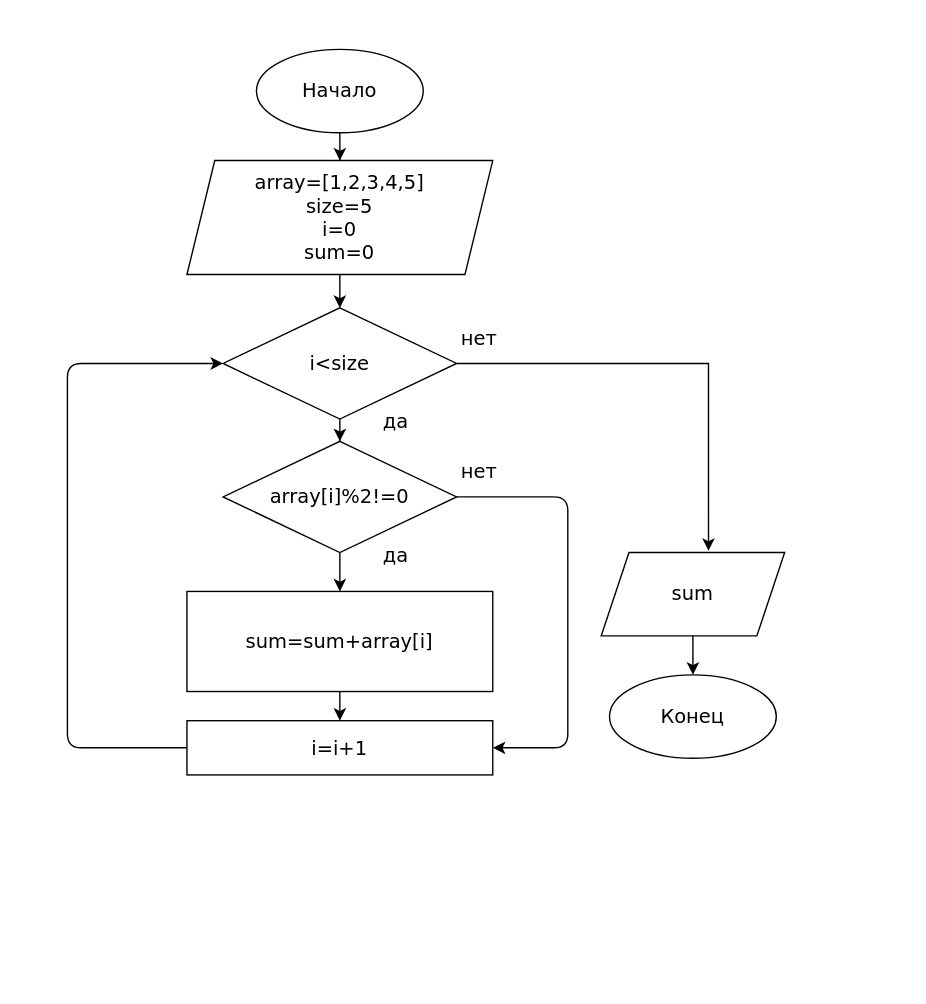
This is special-pancake/Algorithm diagram.drawio from GeorgeTra/friendly-octo-barnacle, a draw.io file, before an edit. Source tidied: cells renumbered, new cells numbered last; positions are measured from the earlier drawing's top-left corner, leaving out a move shared by most shapes. Both pictures are drawn from the tidied source at 139%, with x=0, y=0 at pixel (67, 49).
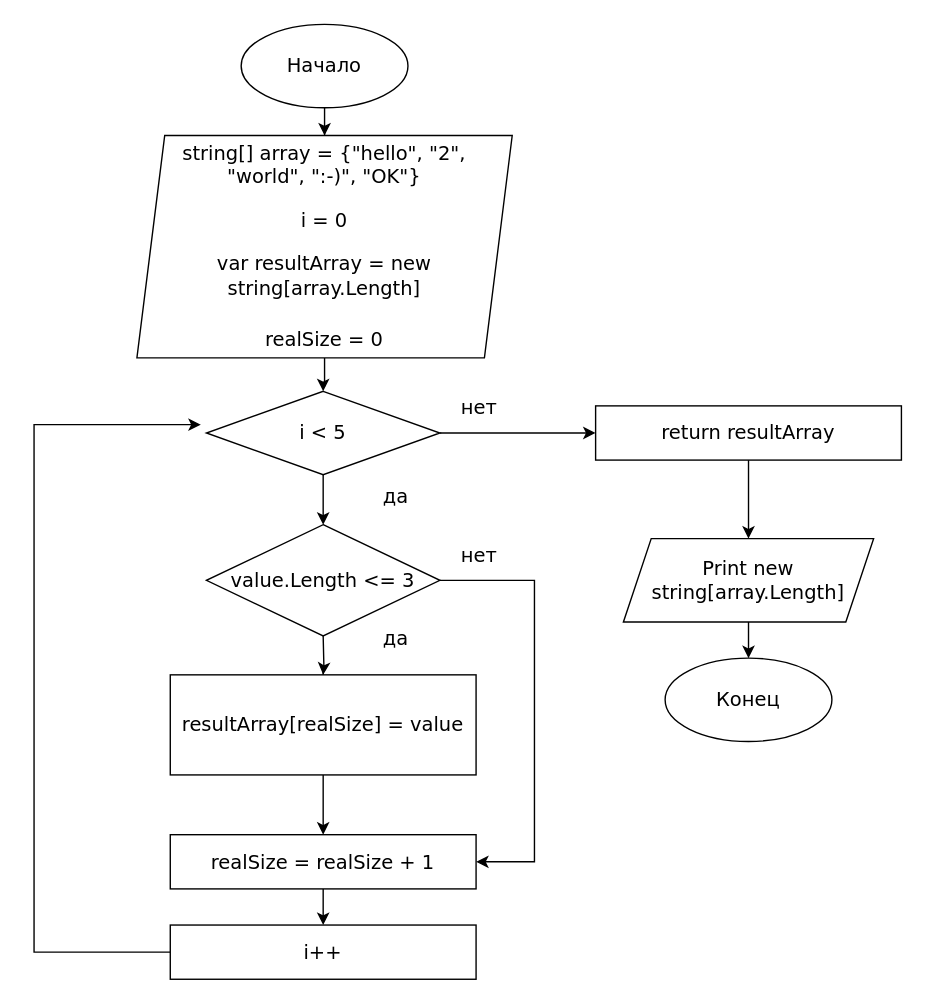
The same diagram, later.

Commit message (it also covers changes not shown here):
Algorithm diagram added

The edit, as a diff of the source:
```diff
@@
     <mxCell id="3" value="&lt;font face=&quot;Verdana&quot; style=&quot;font-size: 14px&quot;&gt;Начало&lt;/font&gt;" style="ellipse;whiteSpace=wrap;html=1;" parent="1" vertex="1">
-      <mxGeometry x="136" width="120" height="60" as="geometry" />
+      <mxGeometry x="125" y="-18" width="120" height="60" as="geometry" />
     </mxCell>
-    <mxCell id="4" style="edgeStyle=orthogonalEdgeStyle;rounded=0;jettySize=auto;html=1;fontFamily=Verdana;fontSize=14;" parent="1" edge="1" source="5" target="8">
-      <mxGeometry relative="1" as="geometry" />
-    </mxCell>
+    <mxCell id="23" style="edgeStyle=orthogonalEdgeStyle;rounded=0;jettySize=auto;html=1;fontFamily=Verdana;fontSize=14;" parent="1" edge="1" source="5" target="30">
+      <mxGeometry relative="1" as="geometry" />
+    </mxCell>
-    <mxCell id="5" value="&lt;font face=&quot;Verdana&quot; style=&quot;font-size: 14px&quot;&gt;array=[1,2,3,4,5]&lt;br&gt;size=5&lt;br&gt;i=0&lt;br&gt;sum=0&lt;/font&gt;" style="shape=parallelogram;perimeter=parallelogramPerimeter;whiteSpace=wrap;html=1;fixedSize=1;" parent="1" vertex="1">
-      <mxGeometry x="86" y="80" width="220" height="82" as="geometry" />
+    <mxCell id="5" value="&lt;p class=&quot;MsoNormal&quot; style=&quot;font-size: 14px ; line-height: 1.2&quot;&gt;&lt;font face=&quot;Verdana&quot; style=&quot;font-size: 14px&quot;&gt;string[] array = {&quot;hello&quot;, &quot;2&quot;,&lt;br&gt;&quot;world&quot;, &quot;:-)&quot;, &quot;OK&quot;}&lt;/font&gt;&lt;/p&gt;&lt;p class=&quot;MsoNormal&quot; style=&quot;font-size: 14px ; line-height: 1.2&quot;&gt;&lt;span style=&quot;font-family: &amp;#34;verdana&amp;#34;&quot;&gt;i = 0&lt;/span&gt;&lt;font face=&quot;Verdana&quot; style=&quot;font-size: 14px&quot;&gt;&lt;br&gt;&lt;/font&gt;&lt;/p&gt;&lt;font face=&quot;Verdana&quot; style=&quot;font-size: 14px&quot;&gt;var resultArray = new string[array.Length]&lt;/font&gt;&lt;span style=&quot;font-family: &amp;#34;times new roman&amp;#34; , serif ; font-size: 16px&quot;&gt;&lt;br&gt;&lt;/span&gt;&lt;font&gt;&lt;font face=&quot;Times New Roman, serif&quot;&gt;&lt;span style=&quot;font-size: 16px&quot;&gt;&lt;br&gt;&lt;/span&gt;&lt;/font&gt;&lt;font face=&quot;Verdana&quot;&gt;&lt;span style=&quot;font-size: 14px&quot;&gt;realSize = 0&lt;br&gt;&lt;/span&gt;&lt;/font&gt;&lt;br&gt;&lt;/font&gt;" style="shape=parallelogram;perimeter=parallelogramPerimeter;whiteSpace=wrap;html=1;fixedSize=1;" parent="1" vertex="1">
+      <mxGeometry x="50" y="62" width="270" height="160" as="geometry" />
     </mxCell>
-    <mxCell id="6" style="edgeStyle=orthogonalEdgeStyle;rounded=0;jettySize=auto;html=1;fontFamily=Verdana;fontSize=14;" parent="1" edge="1" source="8" target="11">
-      <mxGeometry relative="1" as="geometry" />
+    <mxCell id="6" style="edgeStyle=orthogonalEdgeStyle;rounded=0;orthogonalLoop=1;jettySize=auto;html=1;fontFamily=Verdana;fontSize=14;" parent="1" edge="1">
+      <mxGeometry relative="1" as="geometry">
+        <mxPoint x="184" y="448" as="sourcePoint" />
+        <mxPoint x="184" y="464" as="targetPoint" />
+      </mxGeometry>
     </mxCell>
-    <mxCell id="7" style="edgeStyle=orthogonalEdgeStyle;rounded=0;jettySize=auto;html=1;entryX=0.585;entryY=-0.02;entryDx=0;entryDy=0;entryPerimeter=0;fontFamily=Verdana;fontSize=14;" parent="1" edge="1" source="8" target="13">
-      <mxGeometry relative="1" as="geometry">
-        <Array as="points">
-          <mxPoint x="461" y="226" />
-        </Array>
-      </mxGeometry>
-    </mxCell>
+    <mxCell id="24" style="edgeStyle=orthogonalEdgeStyle;rounded=0;jettySize=auto;html=1;fontFamily=Verdana;fontSize=14;" parent="1" edge="1" target="17">
+      <mxGeometry relative="1" as="geometry">
+        <mxPoint x="184" y="422" as="sourcePoint" />
+      </mxGeometry>
+    </mxCell>
+    <mxCell id="25" style="edgeStyle=orthogonalEdgeStyle;rounded=0;jettySize=auto;html=1;entryX=1;entryY=0.5;entryDx=0;entryDy=0;fontFamily=Verdana;fontSize=14;" parent="1" edge="1" target="19">
+      <mxGeometry relative="1" as="geometry">
+        <mxPoint x="268" y="382" as="sourcePoint" />
+        <Array as="points">
+          <mxPoint x="336" y="382" />
+          <mxPoint x="336" y="585" />
+        </Array>
+      </mxGeometry>
+    </mxCell>
-    <mxCell id="8" value="&lt;font face=&quot;Verdana&quot; style=&quot;font-size: 14px&quot;&gt;i&amp;lt;size&lt;/font&gt;" style="rhombus;whiteSpace=wrap;html=1;" parent="1" vertex="1">
-      <mxGeometry x="112" y="186" width="168" height="80" as="geometry" />
+    <mxCell id="8" value="&lt;font face=&quot;Verdana&quot; style=&quot;font-size: 14px&quot;&gt;value.Length &amp;lt;= 3&lt;/font&gt;" style="rhombus;whiteSpace=wrap;html=1;" parent="1" vertex="1">
+      <mxGeometry x="100" y="342" width="168" height="80" as="geometry" />
     </mxCell>
-    <mxCell id="9" style="edgeStyle=orthogonalEdgeStyle;curved=0;rounded=1;sketch=0;jettySize=auto;html=1;" parent="1" edge="1" source="11" target="17">
-      <mxGeometry relative="1" as="geometry" />
-    </mxCell>
-    <mxCell id="10" style="edgeStyle=orthogonalEdgeStyle;curved=0;rounded=1;sketch=0;jettySize=auto;html=1;entryX=1;entryY=0.5;entryDx=0;entryDy=0;" parent="1" edge="1" source="11" target="19">
-      <mxGeometry relative="1" as="geometry">
-        <Array as="points">
-          <mxPoint x="360" y="322" />
-          <mxPoint x="360" y="503" />
-        </Array>
-      </mxGeometry>
-    </mxCell>
-    <mxCell id="11" value="&lt;span style=&quot;font-family: &amp;#34;verdana&amp;#34; ; font-size: 14px&quot;&gt;array[i]%&lt;/span&gt;&lt;font face=&quot;Verdana&quot; style=&quot;font-size: 14px&quot;&gt;2!=0&lt;br&gt;&lt;/font&gt;" style="rhombus;whiteSpace=wrap;html=1;" parent="1" vertex="1">
-      <mxGeometry x="112" y="282" width="168" height="80" as="geometry" />
-    </mxCell>
@@
-    <mxCell id="13" value="&lt;font face=&quot;Verdana&quot;&gt;&lt;span style=&quot;font-size: 14px&quot;&gt;sum&lt;/span&gt;&lt;/font&gt;" style="shape=parallelogram;perimeter=parallelogramPerimeter;whiteSpace=wrap;html=1;fixedSize=1;" parent="1" vertex="1">
-      <mxGeometry x="384" y="362" width="132" height="60" as="geometry" />
+    <mxCell id="13" value="&lt;font face=&quot;Verdana&quot;&gt;&lt;span style=&quot;font-size: 14px&quot;&gt;Print&amp;nbsp;&lt;/span&gt;&lt;/font&gt;&lt;span style=&quot;font-family: &amp;#34;verdana&amp;#34; ; font-size: 14px&quot;&gt;new string[array.Length]&lt;/span&gt;" style="shape=parallelogram;perimeter=parallelogramPerimeter;whiteSpace=wrap;html=1;fixedSize=1;" parent="1" vertex="1">
+      <mxGeometry x="400" y="352" width="180" height="60" as="geometry" />
     </mxCell>
-    <mxCell id="14" value="нет" style="text;html=1;align=center;verticalAlign=middle;strokeColor=none;fillColor=none;fontSize=14;fontFamily=Verdana;" parent="1" vertex="1">
-      <mxGeometry x="272" y="196" width="48" height="24" as="geometry" />
-    </mxCell>
-    <mxCell id="15" value="да" style="text;html=1;align=center;verticalAlign=middle;strokeColor=none;fillColor=none;fontSize=14;fontFamily=Verdana;" parent="1" vertex="1">
-      <mxGeometry x="218" y="256" width="36" height="24" as="geometry" />
-    </mxCell>
-    <mxCell id="16" style="edgeStyle=orthogonalEdgeStyle;curved=0;rounded=1;sketch=0;jettySize=auto;html=1;" parent="1" edge="1" source="17" target="19">
+    <mxCell id="16" style="edgeStyle=orthogonalEdgeStyle;rounded=0;jettySize=auto;html=1;fontFamily=Verdana;fontSize=14;" parent="1" edge="1" source="17" target="19">
       <mxGeometry relative="1" as="geometry" />
     </mxCell>
-    <mxCell id="17" value="&lt;font style=&quot;font-size: 14px&quot; face=&quot;verdana&quot;&gt;sum&lt;/font&gt;&lt;font face=&quot;Verdana&quot; style=&quot;font-size: 14px&quot;&gt;=sum+array[i]&lt;/font&gt;" style="whiteSpace=wrap;html=1;" parent="1" vertex="1">
-      <mxGeometry x="86" y="390" width="220" height="72" as="geometry" />
+    <mxCell id="17" value="&lt;font face=&quot;Verdana&quot; style=&quot;font-size: 14px&quot;&gt;resultArray[realSize] = value&lt;/font&gt;" style="whiteSpace=wrap;html=1;" parent="1" vertex="1">
+      <mxGeometry x="74" y="450" width="220" height="72" as="geometry" />
     </mxCell>
-    <mxCell id="18" style="edgeStyle=orthogonalEdgeStyle;curved=0;rounded=1;sketch=0;jettySize=auto;html=1;entryX=0;entryY=0.5;entryDx=0;entryDy=0;" parent="1" edge="1" source="19" target="8">
-      <mxGeometry relative="1" as="geometry">
-        <Array as="points">
-          <mxPoint y="503" />
-          <mxPoint y="226" />
-        </Array>
-      </mxGeometry>
-    </mxCell>
+    <mxCell id="26" style="edgeStyle=orthogonalEdgeStyle;rounded=0;jettySize=auto;html=1;fontFamily=Verdana;fontSize=14;" parent="1" edge="1" source="19" target="35">
+      <mxGeometry relative="1" as="geometry" />
+    </mxCell>
-    <mxCell id="19" value="&lt;font face=&quot;Verdana&quot; style=&quot;font-size: 14px&quot;&gt;i=i+1&lt;/font&gt;" style="whiteSpace=wrap;html=1;" parent="1" vertex="1">
-      <mxGeometry x="86" y="483" width="220" height="39" as="geometry" />
+    <mxCell id="19" value="&lt;span style=&quot;font-family: &amp;#34;verdana&amp;#34; ; font-size: 14px&quot;&gt;realSize =&amp;nbsp;&lt;/span&gt;&lt;span style=&quot;font-family: &amp;#34;verdana&amp;#34; ; font-size: 14px&quot;&gt;realSize + 1&lt;/span&gt;" style="whiteSpace=wrap;html=1;" parent="1" vertex="1">
+      <mxGeometry x="74" y="565" width="220" height="39" as="geometry" />
     </mxCell>
-    <mxCell id="20" value="&lt;span style=&quot;font-family: &amp;#34;verdana&amp;#34; ; font-size: 14px&quot;&gt;нет&lt;/span&gt;" style="text;html=1;align=center;verticalAlign=middle;strokeColor=none;fillColor=none;" parent="1" vertex="1">
-      <mxGeometry x="272" y="292" width="48" height="24" as="geometry" />
-    </mxCell>
-    <mxCell id="21" value="&lt;span style=&quot;font-family: &amp;#34;verdana&amp;#34; ; font-size: 14px&quot;&gt;да&lt;/span&gt;" style="text;html=1;align=center;verticalAlign=middle;strokeColor=none;fillColor=none;" parent="1" vertex="1">
-      <mxGeometry x="218" y="352" width="36" height="24" as="geometry" />
-    </mxCell>
     <mxCell id="22" value="&lt;font face=&quot;Verdana&quot; style=&quot;font-size: 14px&quot;&gt;Конец&lt;/font&gt;" style="ellipse;whiteSpace=wrap;html=1;" parent="1" vertex="1">
-      <mxGeometry x="390" y="450" width="120" height="60" as="geometry" />
+      <mxGeometry x="430" y="438" width="120" height="60" as="geometry" />
     </mxCell>
+    <mxCell id="27" value="нет" style="text;html=1;align=center;verticalAlign=middle;strokeColor=none;fillColor=none;fontSize=14;fontFamily=Verdana;" parent="1" vertex="1">
+      <mxGeometry x="272" y="352" width="48" height="24" as="geometry" />
+    </mxCell>
+    <mxCell id="28" style="edgeStyle=orthogonalEdgeStyle;rounded=0;jettySize=auto;html=1;fontFamily=Verdana;fontSize=14;" parent="1" edge="1" source="30" target="8">
+      <mxGeometry relative="1" as="geometry" />
+    </mxCell>
+    <mxCell id="29" style="edgeStyle=orthogonalEdgeStyle;rounded=0;jettySize=auto;html=1;fontFamily=Verdana;fontSize=14;" parent="1" edge="1" source="30" target="37">
+      <mxGeometry relative="1" as="geometry" />
+    </mxCell>
+    <mxCell id="30" value="&lt;font face=&quot;Verdana&quot;&gt;&lt;span style=&quot;font-size: 14px&quot;&gt;i &amp;lt; 5&lt;/span&gt;&lt;/font&gt;" style="rhombus;whiteSpace=wrap;html=1;" parent="1" vertex="1">
+      <mxGeometry x="100" y="246" width="168" height="60" as="geometry" />
+    </mxCell>
+    <mxCell id="31" value="да" style="text;html=1;align=center;verticalAlign=middle;strokeColor=none;fillColor=none;fontSize=14;fontFamily=Verdana;" parent="1" vertex="1">
+      <mxGeometry x="218" y="412" width="36" height="24" as="geometry" />
+    </mxCell>
+    <mxCell id="32" value="да" style="text;html=1;align=center;verticalAlign=middle;strokeColor=none;fillColor=none;fontSize=14;fontFamily=Verdana;" parent="1" vertex="1">
+      <mxGeometry x="218" y="310" width="36" height="24" as="geometry" />
+    </mxCell>
+    <mxCell id="33" value="нет" style="text;html=1;align=center;verticalAlign=middle;strokeColor=none;fillColor=none;fontSize=14;fontFamily=Verdana;" parent="1" vertex="1">
+      <mxGeometry x="272" y="246" width="48" height="24" as="geometry" />
+    </mxCell>
+    <mxCell id="34" style="edgeStyle=orthogonalEdgeStyle;rounded=0;jettySize=auto;html=1;fontFamily=Verdana;fontSize=14;" parent="1" edge="1" source="35">
+      <mxGeometry relative="1" as="geometry">
+        <mxPoint x="96" y="270" as="targetPoint" />
+        <Array as="points">
+          <mxPoint x="-24" y="650" />
+          <mxPoint x="-24" y="270" />
+        </Array>
+      </mxGeometry>
+    </mxCell>
+    <mxCell id="35" value="&lt;font face=&quot;verdana&quot;&gt;&lt;span style=&quot;font-size: 14px&quot;&gt;i++&lt;/span&gt;&lt;/font&gt;" style="whiteSpace=wrap;html=1;" parent="1" vertex="1">
+      <mxGeometry x="74" y="630" width="220" height="39" as="geometry" />
+    </mxCell>
+    <mxCell id="36" style="edgeStyle=orthogonalEdgeStyle;rounded=0;jettySize=auto;html=1;fontFamily=Verdana;fontSize=14;" parent="1" edge="1" source="37" target="13">
+      <mxGeometry relative="1" as="geometry" />
+    </mxCell>
+    <mxCell id="37" value="&lt;font face=&quot;verdana&quot;&gt;&lt;span style=&quot;font-size: 14px&quot;&gt;return&amp;nbsp;&lt;/span&gt;&lt;/font&gt;&lt;span style=&quot;font-family: &amp;#34;verdana&amp;#34; ; font-size: 14px&quot;&gt;resultArray&lt;/span&gt;" style="whiteSpace=wrap;html=1;" parent="1" vertex="1">
+      <mxGeometry x="380" y="256.5" width="220" height="39" as="geometry" />
+    </mxCell>
```
